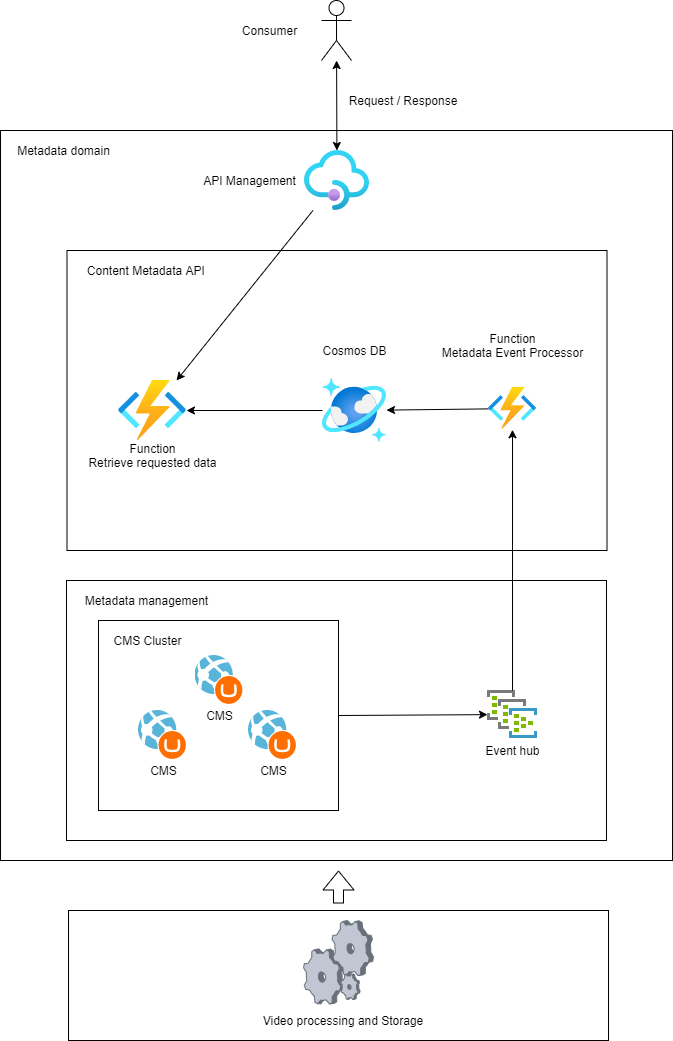
Earlier version of the draw.io export img/Architecture.png (mkyukov/content-metadata-api). Source tidied: cells renumbered, new cells last; positions are measured from the earlier drawing's top-left corner, leaving out a move shared by most shapes.
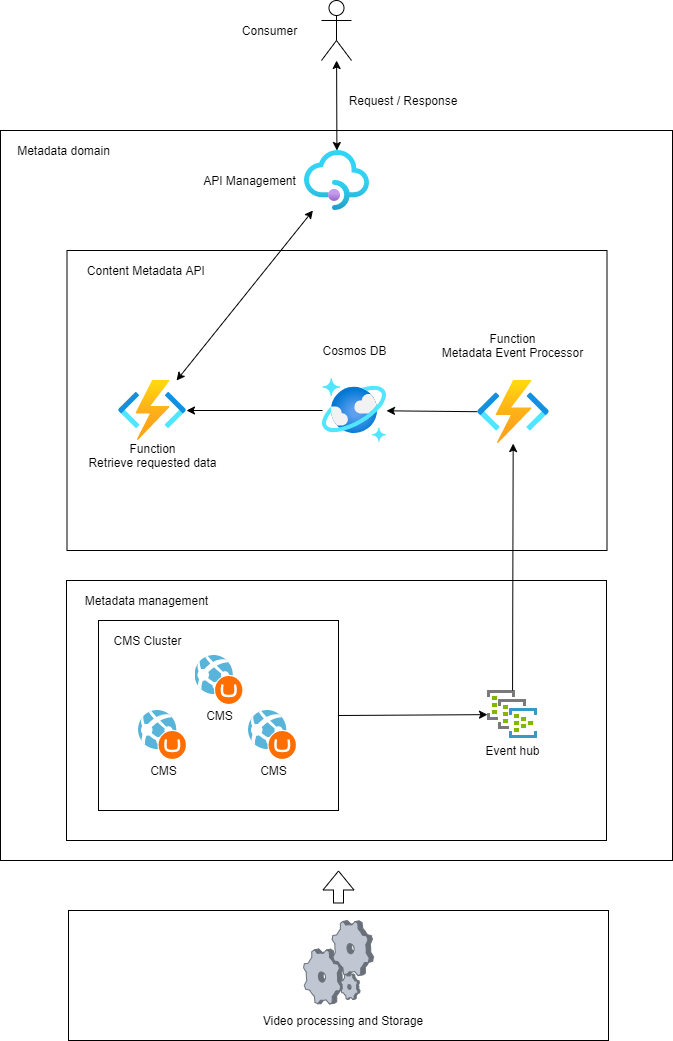
After the commit.

Commit message:
Small diagram tweak

Change to the diagram source:
```diff
@@ -11,9 +11,6 @@
     <mxCell id="4" style="rounded=0;whiteSpace=wrap;html=1;" parent="1" vertex="1">
       <mxGeometry x="66.5" y="250" width="540" height="300" as="geometry" />
     </mxCell>
-    <mxCell id="5" style="endArrow=classic;html=1;" parent="1" edge="1" source="18" target="31">
-      <mxGeometry relative="1" as="geometry" />
-    </mxCell>
     <mxCell id="6" style="shape=umlActor;verticalLabelPosition=bottom;verticalAlign=top;html=1;outlineConnect=0;" parent="1" vertex="1">
       <mxGeometry x="321" width="30" height="60" as="geometry" />
     </mxCell>
@@ -84,7 +81,7 @@
       <mxGeometry x="432" y="330" width="160" height="30" as="geometry" />
     </mxCell>
     <mxCell id="28" style="html=1;points=[];align=center;image;fontSize=12;image=img/lib/azure2/compute/Function_Apps.svg;" parent="1" vertex="1">
-      <mxGeometry x="488" y="386.9" width="48" height="42.4" as="geometry" />
+      <mxGeometry x="477" y="380" width="71.5" height="63.1" as="geometry" />
     </mxCell>
     <mxCell id="29" style="html=1;points=[];align=center;image;fontSize=12;image=img/lib/azure2/databases/Azure_Cosmos_DB.svg;" parent="1" vertex="1">
       <mxGeometry x="322" y="378" width="64" height="64" as="geometry" />
@@ -149,5 +146,8 @@
     <mxCell id="49" style="endArrow=classic;html=1;exitX=1;exitY=0.5;exitDx=0;exitDy=0;" parent="1" edge="1" source="34" target="13">
       <mxGeometry relative="1" as="geometry" />
     </mxCell>
+    <mxCell id="50" style="endArrow=classic;startArrow=classic;html=1;" parent="1" edge="1" source="31" target="18">
+      <mxGeometry relative="1" as="geometry" />
+    </mxCell>
   </root>
 </mxGraphModel>
```
